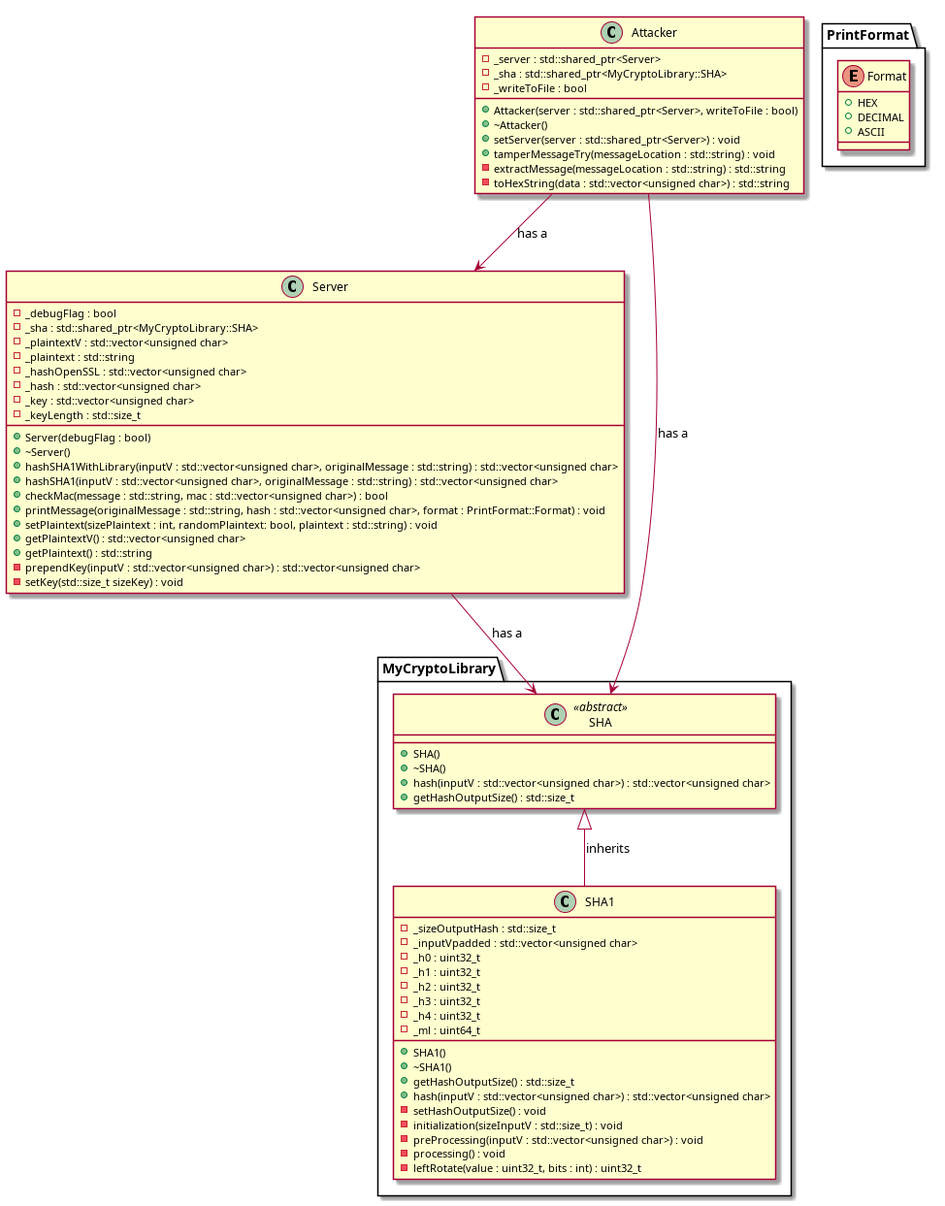
The PlantUML diagram Cryptopals_resolutions/4-Set_4/cryptopals_set_4_problem_28/uml_diagrams/class_diagram.png in Photon-einstein/Cryptopals, before a commit. Its source is kept beside it as Cryptopals_resolutions/4-Set_4/cryptopals_set_4_problem_28/uml_diagrams/class_diagram.puml. Its diagram source:
```plantuml
@startuml

namespace PrintFormat {
    enum Format {
        +HEX
        +DECIMAL
        +ASCII
    }
}

class Server {
    - _debugFlag : bool
    - _sha : std::shared_ptr<MyCryptoLibrary::SHA>
    - _plaintextV : std::vector<unsigned char>
    - _plaintext : std::string
    - _hashOpenSSL : std::vector<unsigned char>
    - _hash : std::vector<unsigned char>
    - _key : std::vector<unsigned char>
    - _keyLength : std::size_t

    + Server(debugFlag : bool)
    + ~Server()
    + hashSHA1WithLibrary(inputV : std::vector<unsigned char>, originalMessage : std::string) : std::vector<unsigned char>
    + hashSHA1(inputV : std::vector<unsigned char>, originalMessage : std::string) : std::vector<unsigned char>
    + checkMac(message : std::string, mac : std::vector<unsigned char>) : bool
    + printMessage(originalMessage : std::string, hash : std::vector<unsigned char>, format : PrintFormat::Format) : void
    + setPlaintext(sizePlaintext : int, randomPlaintext: bool, plaintext : std::string) : void
    + getPlaintextV() : std::vector<unsigned char>
    + getPlaintext() : std::string
    - prependKey(inputV : std::vector<unsigned char>) : std::vector<unsigned char>
    - setKey(std::size_t sizeKey) : void

}

namespace MyCryptoLibrary {
    class SHA <<abstract>> {
        + SHA()
        + ~SHA()
        + hash(inputV : std::vector<unsigned char>) : std::vector<unsigned char>
        + getHashOutputSize() : std::size_t
    }

    class SHA1 {
        - _sizeOutputHash : std::size_t
        - _inputVpadded : std::vector<unsigned char>
        - _h0 : uint32_t
        - _h1 : uint32_t
        - _h2 : uint32_t
        - _h3 : uint32_t
        - _h4 : uint32_t
        - _ml : uint64_t

        + SHA1()
        + ~SHA1()
        + getHashOutputSize() : std::size_t
        + hash(inputV : std::vector<unsigned char>) : std::vector<unsigned char>
        - setHashOutputSize() : void
        - initialization(sizeInputV : std::size_t) : void
        - preProcessing(inputV : std::vector<unsigned char>) : void
        - processing() : void
        - leftRotate(value : uint32_t, bits : int) : uint32_t
    }

    SHA <|-- SHA1 : "inherits"
}

class Attacker {
    - _server : std::shared_ptr<Server>
    - _sha : std::shared_ptr<MyCryptoLibrary::SHA>
    - _writeToFile : bool

    + Attacker(server : std::shared_ptr<Server>, writeToFile : bool)
    + ~Attacker()
    + setServer(server : std::shared_ptr<Server>) : void
    + tamperMessageTry(messageLocation : std::string) : void
    - extractMessage(messageLocation : std::string) : std::string
    - toHexString(data : std::vector<unsigned char>) : std::string
}

Server --> MyCryptoLibrary.SHA : "has a"
Attacker --> MyCryptoLibrary.SHA : "has a"
Attacker --> Server : "has a"

@enduml
```
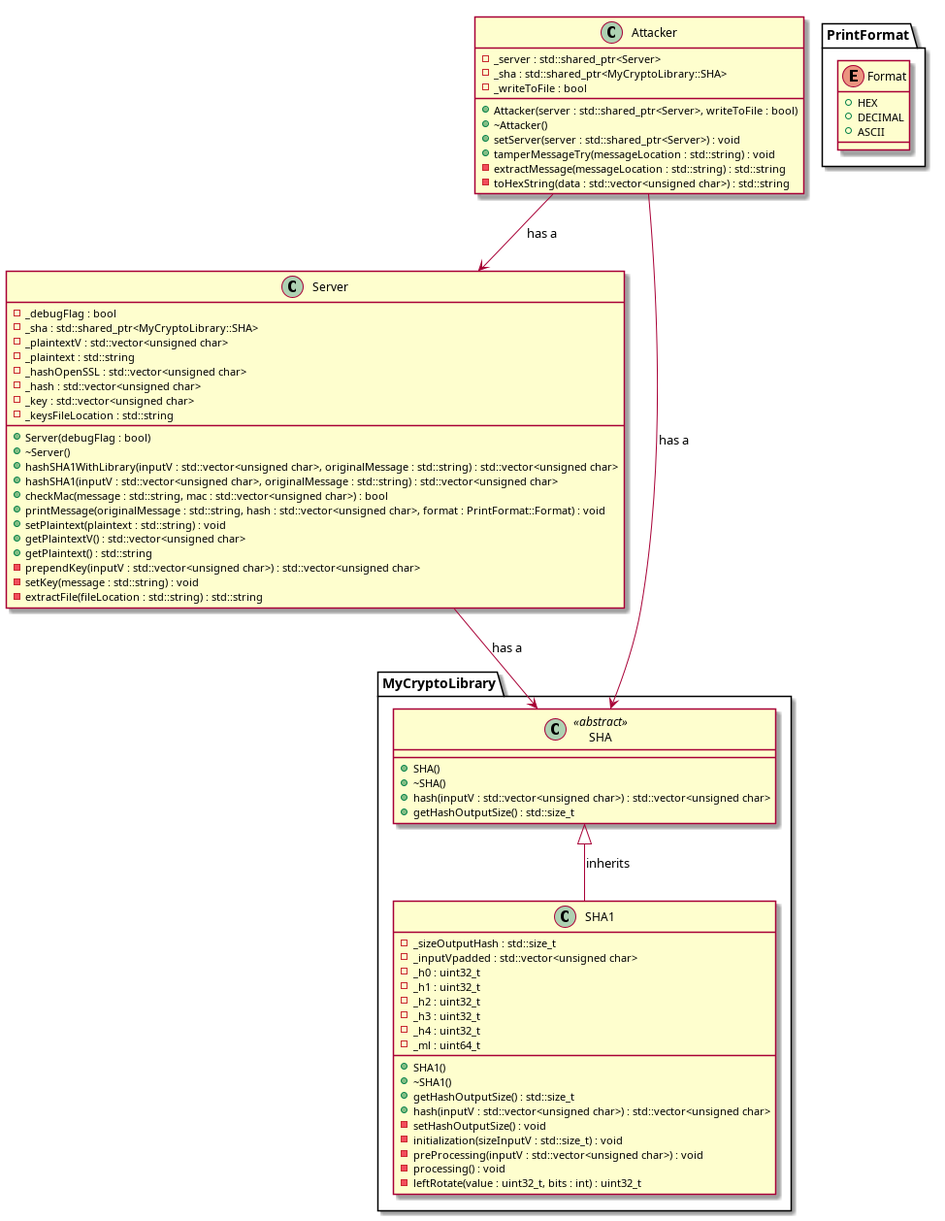
The same file after the commit.

Commit message:
Actualization of class diagram acording to the present code

Change to the diagram source:
```diff
@@ -16,7 +16,7 @@
     - _hashOpenSSL : std::vector<unsigned char>
     - _hash : std::vector<unsigned char>
     - _key : std::vector<unsigned char>
-    - _keyLength : std::size_t
+    - _keysFileLocation : std::string
 
     + Server(debugFlag : bool)
     + ~Server()
@@ -24,12 +24,12 @@
     + hashSHA1(inputV : std::vector<unsigned char>, originalMessage : std::string) : std::vector<unsigned char>
     + checkMac(message : std::string, mac : std::vector<unsigned char>) : bool
     + printMessage(originalMessage : std::string, hash : std::vector<unsigned char>, format : PrintFormat::Format) : void
-    + setPlaintext(sizePlaintext : int, randomPlaintext: bool, plaintext : std::string) : void
+    + setPlaintext(plaintext : std::string) : void
     + getPlaintextV() : std::vector<unsigned char>
     + getPlaintext() : std::string
     - prependKey(inputV : std::vector<unsigned char>) : std::vector<unsigned char>
-    - setKey(std::size_t sizeKey) : void
-
+    - setKey(message : std::string) : void
+    - extractFile(fileLocation : std::string) : std::string
 }
 
 namespace MyCryptoLibrary {
```
